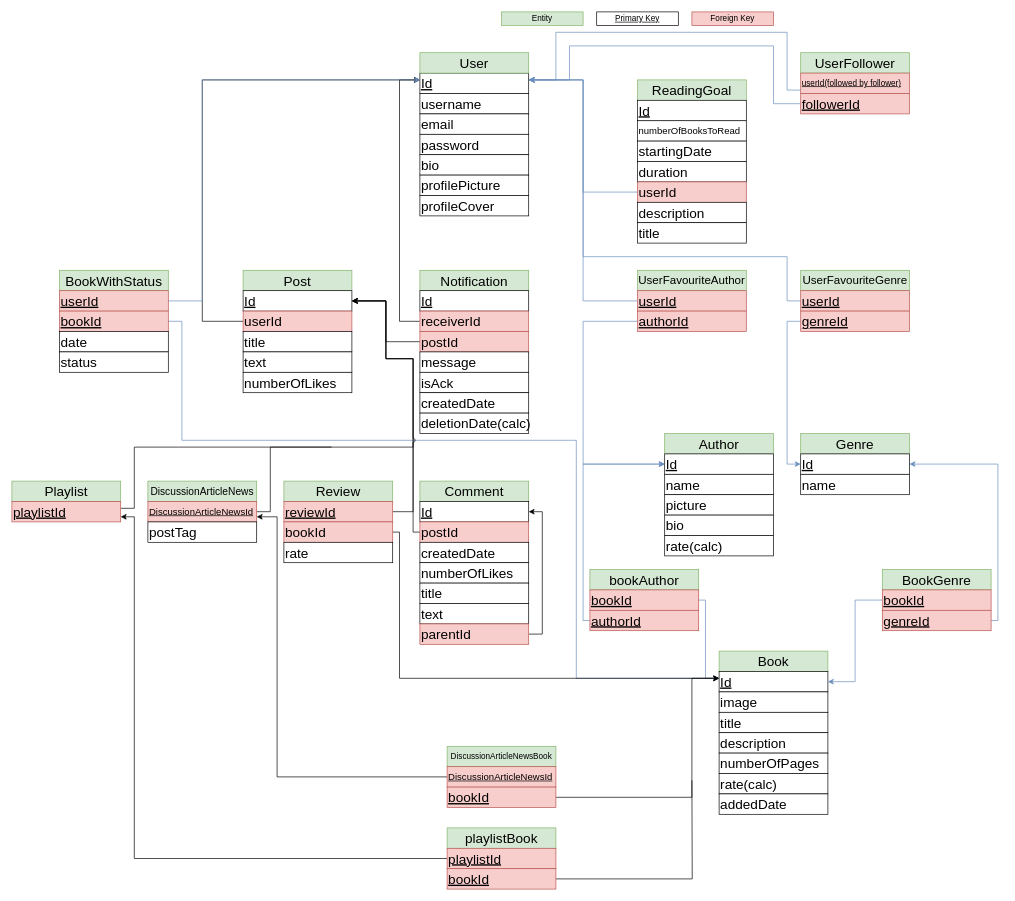
The draw.io diagram page "mapping digaram" (2 of 2) of diagrams.drawio in Yaqra/YaqraApi, before the edit. Source tidied: cells renumbered, new cells numbered last; positions are measured from the earlier drawing's top-left corner, leaving out a move shared by most shapes. Both pictures are drawn from the tidied source at 68%, with x=0, y=0 at pixel (12, 12).
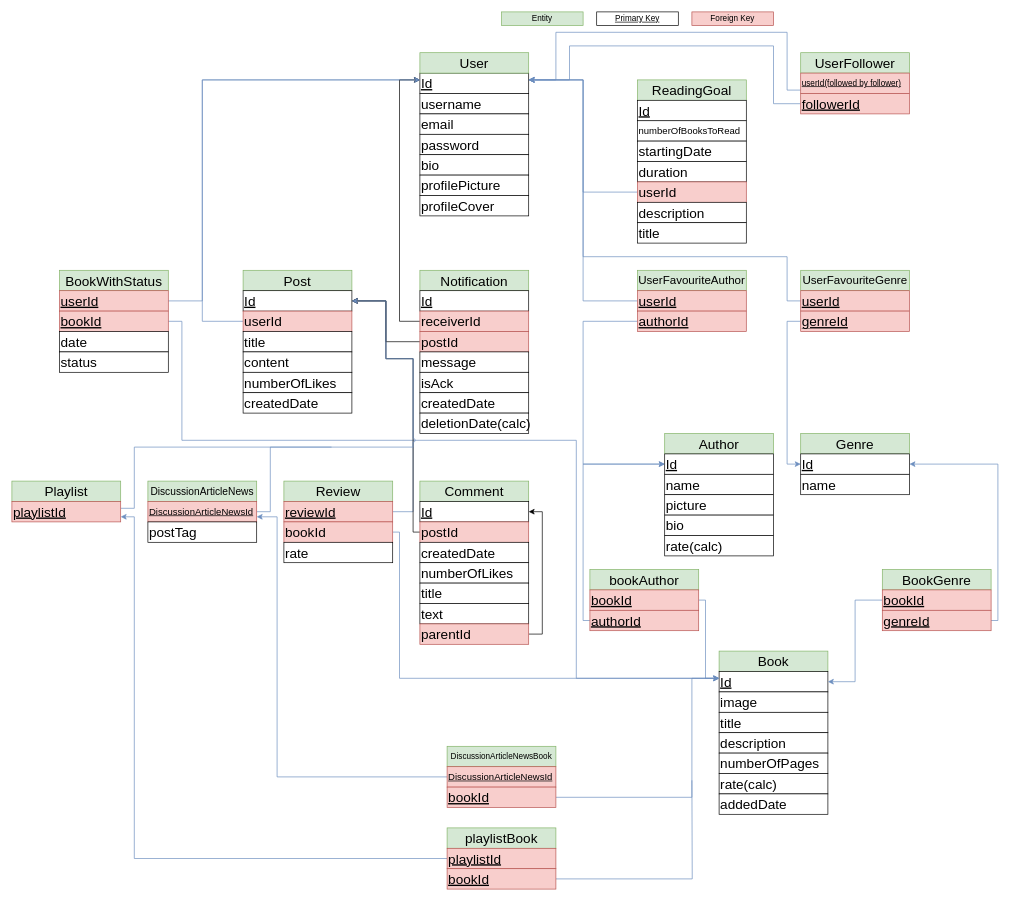
Above is the later version.

The change refers to these unchanged cells:
```xml
<mxCell id="22" value="&lt;font style=&quot;font-size: 20px;&quot;&gt;&lt;u&gt;Id&lt;/u&gt;&lt;/font&gt;" style="rounded=0;whiteSpace=wrap;html=1;align=left;" parent="1" vertex="1">
  <mxGeometry x="340" y="410" width="160" height="30" as="geometry" />
</mxCell>
<mxCell id="24" value="&lt;span style=&quot;font-size: 20px;&quot;&gt;userId&lt;/span&gt;" style="rounded=0;whiteSpace=wrap;html=1;align=left;fillColor=#f8cecc;strokeColor=#b85450;" parent="1" vertex="1">
  <mxGeometry x="340" y="440" width="160" height="30" as="geometry" />
</mxCell>
<mxCell id="64" value="&lt;font style=&quot;font-size: 20px;&quot;&gt;&lt;u&gt;Id&lt;/u&gt;&lt;/font&gt;" style="rounded=0;whiteSpace=wrap;html=1;align=left;" parent="1" vertex="1">
  <mxGeometry x="1040" y="970" width="160" height="30" as="geometry" />
</mxCell>
<mxCell id="83" value="&lt;font style=&quot;font-size: 20px;&quot;&gt;&lt;u&gt;reviewId&lt;/u&gt;&lt;/font&gt;" style="rounded=0;whiteSpace=wrap;html=1;align=left;fillColor=#f8cecc;strokeColor=#b85450;" parent="1" vertex="1">
  <mxGeometry x="400" y="720" width="160" height="30" as="geometry" />
</mxCell>
<mxCell id="85" value="&lt;font style=&quot;font-size: 20px;&quot;&gt;bookId&lt;/font&gt;" style="rounded=0;whiteSpace=wrap;html=1;align=left;fillColor=#f8cecc;strokeColor=#b85450;" parent="1" vertex="1">
  <mxGeometry x="400" y="750" width="160" height="30" as="geometry" />
</mxCell>
<mxCell id="95" value="&lt;span style=&quot;text-align: center;&quot;&gt;&lt;font style=&quot;font-size: 14px;&quot;&gt;&lt;u&gt;DiscussionArticleNewsId&lt;/u&gt;&lt;/font&gt;&lt;/span&gt;" style="rounded=0;whiteSpace=wrap;html=1;align=left;fillColor=#f8cecc;strokeColor=#b85450;" parent="1" vertex="1">
  <mxGeometry x="200" y="720" width="160" height="30" as="geometry" />
</mxCell>
<mxCell id="99" value="&lt;span style=&quot;text-align: center;&quot;&gt;&lt;font style=&quot;font-size: 14px;&quot;&gt;&lt;u&gt;DiscussionArticleNewsId&lt;/u&gt;&lt;/font&gt;&lt;/span&gt;" style="rounded=0;whiteSpace=wrap;html=1;align=left;fillColor=#f8cecc;strokeColor=#b85450;" parent="1" vertex="1">
  <mxGeometry x="640" y="1110" width="160" height="30" as="geometry" />
</mxCell>
<mxCell id="101" value="&lt;font style=&quot;font-size: 20px;&quot;&gt;&lt;u&gt;bookId&lt;/u&gt;&lt;/font&gt;" style="rounded=0;whiteSpace=wrap;html=1;align=left;fillColor=#f8cecc;strokeColor=#b85450;" parent="1" vertex="1">
  <mxGeometry x="640" y="1140" width="160" height="30" as="geometry" />
</mxCell>
<mxCell id="104" value="&lt;font style=&quot;font-size: 20px;&quot;&gt;&lt;u&gt;playlistId&lt;/u&gt;&lt;/font&gt;" style="rounded=0;whiteSpace=wrap;html=1;align=left;fillColor=#f8cecc;strokeColor=#b85450;" parent="1" vertex="1">
  <mxGeometry y="720" width="160" height="30" as="geometry" />
</mxCell>
<mxCell id="107" value="&lt;font style=&quot;font-size: 20px;&quot;&gt;&lt;u&gt;playlistId&lt;/u&gt;&lt;/font&gt;" style="rounded=0;whiteSpace=wrap;html=1;align=left;fillColor=#f8cecc;strokeColor=#b85450;" parent="1" vertex="1">
  <mxGeometry x="640" y="1230" width="160" height="30" as="geometry" />
</mxCell>
<mxCell id="109" value="&lt;span style=&quot;font-size: 20px;&quot;&gt;&lt;u&gt;bookId&lt;/u&gt;&lt;/span&gt;" style="rounded=0;whiteSpace=wrap;html=1;align=left;fillColor=#f8cecc;strokeColor=#b85450;" parent="1" vertex="1">
  <mxGeometry x="640" y="1260" width="160" height="30" as="geometry" />
</mxCell>
```

Change to the diagram source:
```diff
@@
-    <mxCell id="23" style="edgeStyle=orthogonalEdgeStyle;rounded=0;jettySize=auto;html=1;" parent="1" edge="1" source="24">
+    <mxCell id="23" style="edgeStyle=orthogonalEdgeStyle;rounded=0;jettySize=auto;html=1;fillColor=#dae8fc;strokeColor=#6c8ebf;" parent="1" edge="1" source="24">
       <mxGeometry relative="1" as="geometry">
         <mxPoint x="600" y="100" as="targetPoint" />
         <Array as="points">
           <mxPoint x="280" y="455" />
           <mxPoint x="280" y="100" />
         </Array>
       </mxGeometry>
     </mxCell>
@@
-    <mxCell id="26" value="&lt;font style=&quot;font-size: 20px;&quot;&gt;text&lt;/font&gt;" style="rounded=0;whiteSpace=wrap;html=1;align=left;" parent="1" vertex="1">
+    <mxCell id="26" value="&lt;font style=&quot;font-size: 20px;&quot;&gt;content&lt;/font&gt;" style="rounded=0;whiteSpace=wrap;html=1;align=left;" parent="1" vertex="1">
       <mxGeometry x="340" y="500" width="160" height="30" as="geometry" />
     </mxCell>
@@
-    <mxCell id="82" style="edgeStyle=orthogonalEdgeStyle;rounded=0;jettySize=auto;html=1;entryX=1;entryY=0.5;entryDx=0;entryDy=0;" parent="1" edge="1" source="83" target="22">
+    <mxCell id="82" style="edgeStyle=orthogonalEdgeStyle;rounded=0;jettySize=auto;html=1;entryX=1;entryY=0.5;entryDx=0;entryDy=0;fillColor=#dae8fc;strokeColor=#6c8ebf;" parent="1" edge="1" source="83" target="22">
       <mxGeometry relative="1" as="geometry">
         <Array as="points">
           <mxPoint x="590" y="735" />
           <mxPoint x="590" y="510" />
           <mxPoint x="550" y="510" />
           <mxPoint x="550" y="425" />
         </Array>
       </mxGeometry>
     </mxCell>
@@
-    <mxCell id="84" style="edgeStyle=orthogonalEdgeStyle;rounded=0;jettySize=auto;html=1;" parent="1" edge="1" source="85" target="64">
+    <mxCell id="84" style="edgeStyle=orthogonalEdgeStyle;rounded=0;jettySize=auto;html=1;fillColor=#dae8fc;strokeColor=#6c8ebf;" parent="1" edge="1" source="85" target="64">
       <mxGeometry relative="1" as="geometry">
         <Array as="points">
           <mxPoint x="570" y="765" />
           <mxPoint x="570" y="980" />
         </Array>
       </mxGeometry>
     </mxCell>
@@
-    <mxCell id="87" value="&lt;span style=&quot;font-size: 20px;&quot;&gt;Comment&lt;/span&gt;" style="rounded=0;whiteSpace=wrap;html=1;align=center;fillColor=#d5e8d4;strokeColor=#82b366;" parent="1" vertex="1">
+    <mxCell id="87" value="&lt;span style=&quot;font-size: 20px;&quot;&gt;Comment&lt;/span&gt;" style="rounded=0;whiteSpace=wrap;html=1;align=center;fillColor=#d5e8d4;strokeColor=#82b366;shadow=0;" parent="1" vertex="1">
       <mxGeometry x="600" y="690" width="160" height="30" as="geometry" />
     </mxCell>
@@
-    <mxCell id="94" style="edgeStyle=orthogonalEdgeStyle;rounded=0;jettySize=auto;html=1;entryX=1;entryY=0.5;entryDx=0;entryDy=0;jumpStyle=arc;" parent="1" edge="1" source="95" target="22">
+    <mxCell id="94" style="edgeStyle=orthogonalEdgeStyle;rounded=0;jettySize=auto;html=1;entryX=1;entryY=0.5;entryDx=0;entryDy=0;jumpStyle=arc;fillColor=#dae8fc;strokeColor=#6c8ebf;" parent="1" edge="1" source="95" target="22">
       <mxGeometry relative="1" as="geometry">
         <Array as="points">
           <mxPoint x="380" y="735" />
           <mxPoint x="380" y="640" />
           <mxPoint x="590" y="640" />
           <mxPoint x="590" y="630" />
           <mxPoint x="590" y="510" />
           <mxPoint x="550" y="510" />
           <mxPoint x="550" y="425" />
         </Array>
       </mxGeometry>
     </mxCell>
@@
-    <mxCell id="96" value="&lt;font style=&quot;font-size: 20px;&quot;&gt;postTag&lt;/font&gt;" style="rounded=0;whiteSpace=wrap;html=1;align=left;" parent="1" vertex="1">
+    <mxCell id="96" value="&lt;font style=&quot;font-size: 20px;&quot;&gt;postTag&lt;/font&gt;" style="rounded=0;whiteSpace=wrap;html=1;align=left;shadow=0;" parent="1" vertex="1">
       <mxGeometry x="200" y="750" width="160" height="30" as="geometry" />
     </mxCell>
@@
-    <mxCell id="98" style="edgeStyle=orthogonalEdgeStyle;rounded=0;jettySize=auto;html=1;entryX=1;entryY=0.75;entryDx=0;entryDy=0;" parent="1" edge="1" source="99" target="95">
+    <mxCell id="98" style="edgeStyle=orthogonalEdgeStyle;rounded=0;jettySize=auto;html=1;entryX=1;entryY=0.75;entryDx=0;entryDy=0;fillColor=#dae8fc;strokeColor=#6c8ebf;" parent="1" edge="1" source="99" target="95">
       <mxGeometry relative="1" as="geometry">
         <Array as="points">
           <mxPoint x="390" y="1125" />
           <mxPoint x="390" y="742" />
         </Array>
       </mxGeometry>
     </mxCell>
@@
-    <mxCell id="100" style="edgeStyle=orthogonalEdgeStyle;rounded=0;jettySize=auto;html=1;" parent="1" edge="1" source="101">
+    <mxCell id="100" style="edgeStyle=orthogonalEdgeStyle;rounded=0;jettySize=auto;html=1;fillColor=#dae8fc;strokeColor=#6c8ebf;" parent="1" edge="1" source="101">
       <mxGeometry relative="1" as="geometry">
         <mxPoint x="1040" y="980" as="targetPoint" />
         <Array as="points">
           <mxPoint x="1000" y="1155" />
           <mxPoint x="1000" y="980" />
           <mxPoint x="1040" y="980" />
         </Array>
       </mxGeometry>
     </mxCell>
@@
-    <mxCell id="103" style="edgeStyle=orthogonalEdgeStyle;rounded=0;jettySize=auto;html=1;endArrow=none;endFill=0;" parent="1" edge="1" source="104">
+    <mxCell id="103" style="edgeStyle=orthogonalEdgeStyle;rounded=0;jettySize=auto;html=1;endArrow=none;endFill=0;fillColor=#dae8fc;strokeColor=#6c8ebf;" parent="1" edge="1" source="104">
       <mxGeometry relative="1" as="geometry">
         <mxPoint x="470" y="640" as="targetPoint" />
         <Array as="points">
           <mxPoint x="180" y="730" />
           <mxPoint x="180" y="640" />
         </Array>
       </mxGeometry>
     </mxCell>
@@
-    <mxCell id="106" style="edgeStyle=orthogonalEdgeStyle;rounded=0;jettySize=auto;html=1;entryX=1;entryY=0.75;entryDx=0;entryDy=0;" parent="1" edge="1" source="107" target="104">
+    <mxCell id="106" style="edgeStyle=orthogonalEdgeStyle;rounded=0;jettySize=auto;html=1;entryX=1;entryY=0.75;entryDx=0;entryDy=0;fillColor=#dae8fc;strokeColor=#6c8ebf;" parent="1" edge="1" source="107" target="104">
       <mxGeometry relative="1" as="geometry">
         <Array as="points">
           <mxPoint x="180" y="1245" />
           <mxPoint x="180" y="743" />
         </Array>
       </mxGeometry>
     </mxCell>
@@
-    <mxCell id="108" style="edgeStyle=orthogonalEdgeStyle;rounded=0;jettySize=auto;html=1;endArrow=none;endFill=0;" parent="1" edge="1" source="109">
+    <mxCell id="108" style="edgeStyle=orthogonalEdgeStyle;rounded=0;jettySize=auto;html=1;endArrow=none;endFill=0;fillColor=#dae8fc;strokeColor=#6c8ebf;" parent="1" edge="1" source="109">
       <mxGeometry relative="1" as="geometry">
         <mxPoint x="1000" y="1130" as="targetPoint" />
       </mxGeometry>
     </mxCell>
@@
+    <mxCell id="121" value="&lt;span style=&quot;font-size: 20px;&quot;&gt;createdDate&lt;/span&gt;" style="rounded=0;whiteSpace=wrap;html=1;align=left;fontStyle=0;" parent="1" vertex="1">
+      <mxGeometry x="340" y="560" width="160" height="30" as="geometry" />
+    </mxCell>
```
